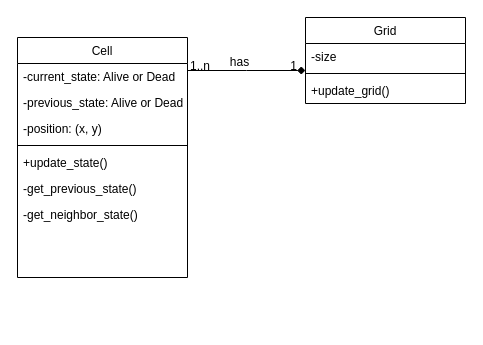
The draw.io diagram Class Diagram.drawio in trujimat/Crustaceans-of-life, before the edit. Source tidied: cells renumbered, new cells numbered last; positions are measured from the earlier drawing's top-left corner, leaving out a move shared by most shapes. Both pictures are drawn from the tidied source at 100%, with x=0, y=0 at pixel (17, 17).
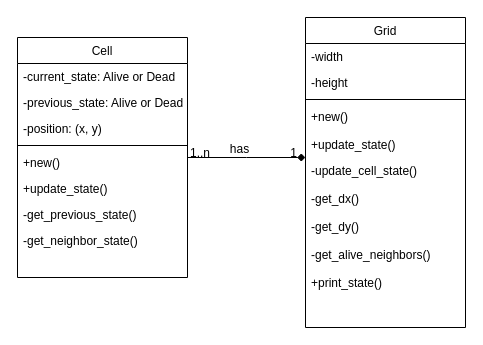
The same page after the edit.

Unchanged cells that the change refers to:
```xml
<mxCell id="2" value="Cell" style="swimlane;fontStyle=0;align=center;verticalAlign=top;horizontal=1;startSize=26;rounded=0;shadow=0;strokeWidth=1;" parent="1" vertex="1">
  <mxGeometry y="20" width="170" height="240" as="geometry" />
</mxCell>
```

The edit, as a diff of the source:
```diff
@@
+    <mxCell id="18" value="+new()" style="text;align=left;verticalAlign=top;spacingLeft=4;spacingRight=4;overflow=hidden;" parent="2" vertex="1">
+      <mxGeometry y="112" width="170" height="26" as="geometry" />
+    </mxCell>
     <mxCell id="7" value="+update_state()" style="text;align=left;verticalAlign=top;spacingLeft=4;spacingRight=4;overflow=hidden;" parent="2" vertex="1">
-      <mxGeometry y="112" width="170" height="26" as="geometry" />
+      <mxGeometry y="138" width="170" height="26" as="geometry" />
     </mxCell>
     <mxCell id="8" value="-get_previous_state()" style="text;align=left;verticalAlign=top;spacingLeft=4;spacingRight=4;overflow=hidden;" parent="2" vertex="1">
-      <mxGeometry y="138" width="170" height="26" as="geometry" />
+      <mxGeometry y="164" width="170" height="26" as="geometry" />
     </mxCell>
     <mxCell id="9" value="-get_neighbor_state()" style="text;align=left;verticalAlign=top;spacingLeft=4;spacingRight=4;overflow=hidden;" parent="2" vertex="1">
-      <mxGeometry y="164" width="170" height="26" as="geometry" />
+      <mxGeometry y="190" width="170" height="26" as="geometry" />
     </mxCell>
     <mxCell id="10" value="Grid" style="swimlane;fontStyle=0;align=center;verticalAlign=top;horizontal=1;startSize=26;rounded=0;shadow=0;strokeWidth=1;" parent="1" vertex="1">
-      <mxGeometry x="288" width="160" height="86" as="geometry" />
+      <mxGeometry x="288" width="160" height="310" as="geometry" />
     </mxCell>
-    <mxCell id="11" value="-size" style="text;align=left;verticalAlign=top;spacingLeft=4;spacingRight=4;overflow=hidden;" parent="10" vertex="1">
+    <mxCell id="11" value="-width" style="text;align=left;verticalAlign=top;spacingLeft=4;spacingRight=4;overflow=hidden;" parent="10" vertex="1">
       <mxGeometry y="26" width="160" height="26" as="geometry" />
     </mxCell>
+    <mxCell id="19" value="-height" style="text;align=left;verticalAlign=top;spacingLeft=4;spacingRight=4;overflow=hidden;" parent="10" vertex="1">
+      <mxGeometry y="52" width="160" height="26" as="geometry" />
+    </mxCell>
     <mxCell id="12" style="line;html=1;strokeWidth=1;align=left;verticalAlign=middle;spacingTop=-1;spacingLeft=3;spacingRight=3;labelPosition=right;" parent="10" vertex="1">
-      <mxGeometry y="52" width="160" height="8" as="geometry" />
+      <mxGeometry y="78" width="160" height="8" as="geometry" />
     </mxCell>
+    <mxCell id="20" value="+new()" style="text;align=left;verticalAlign=top;spacingLeft=4;spacingRight=4;overflow=hidden;" parent="10" vertex="1">
+      <mxGeometry y="86" width="160" height="28" as="geometry" />
+    </mxCell>
-    <mxCell id="13" value="+update_grid()" style="text;align=left;verticalAlign=top;spacingLeft=4;spacingRight=4;overflow=hidden;" parent="10" vertex="1">
-      <mxGeometry y="60" width="160" height="26" as="geometry" />
+    <mxCell id="13" value="+update_state()" style="text;align=left;verticalAlign=top;spacingLeft=4;spacingRight=4;overflow=hidden;" parent="10" vertex="1">
+      <mxGeometry y="114" width="160" height="26" as="geometry" />
     </mxCell>
+    <mxCell id="21" value="-update_cell_state()" style="text;align=left;verticalAlign=top;spacingLeft=4;spacingRight=4;overflow=hidden;" parent="10" vertex="1">
+      <mxGeometry y="140" width="160" height="28" as="geometry" />
+    </mxCell>
+    <mxCell id="22" value="-get_dx()" style="text;align=left;verticalAlign=top;spacingLeft=4;spacingRight=4;overflow=hidden;" parent="10" vertex="1">
+      <mxGeometry y="168" width="160" height="28" as="geometry" />
+    </mxCell>
+    <mxCell id="23" value="-get_dy()" style="text;align=left;verticalAlign=top;spacingLeft=4;spacingRight=4;overflow=hidden;" parent="10" vertex="1">
+      <mxGeometry y="196" width="160" height="28" as="geometry" />
+    </mxCell>
+    <mxCell id="24" value="-get_alive_neighbors()" style="text;align=left;verticalAlign=top;spacingLeft=4;spacingRight=4;overflow=hidden;" parent="10" vertex="1">
+      <mxGeometry y="224" width="160" height="28" as="geometry" />
+    </mxCell>
+    <mxCell id="25" value="+print_state()" style="text;align=left;verticalAlign=top;spacingLeft=4;spacingRight=4;overflow=hidden;" parent="10" vertex="1">
+      <mxGeometry y="252" width="160" height="28" as="geometry" />
+    </mxCell>
```
